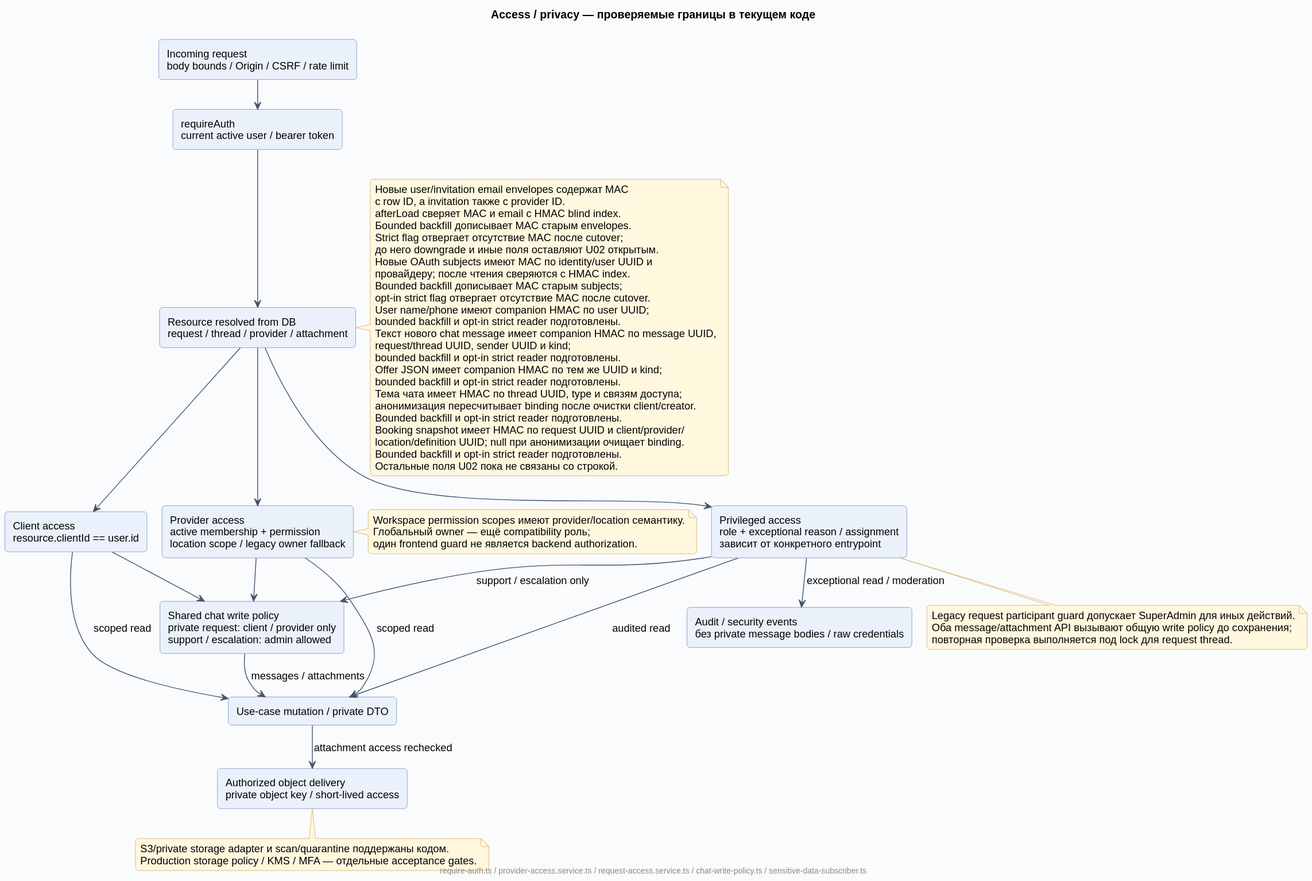
This is docs/diagrams/rendered/09-access-privacy.svg from Dima163163/auto-care-hub, a PlantUML export, as it was before one commit.
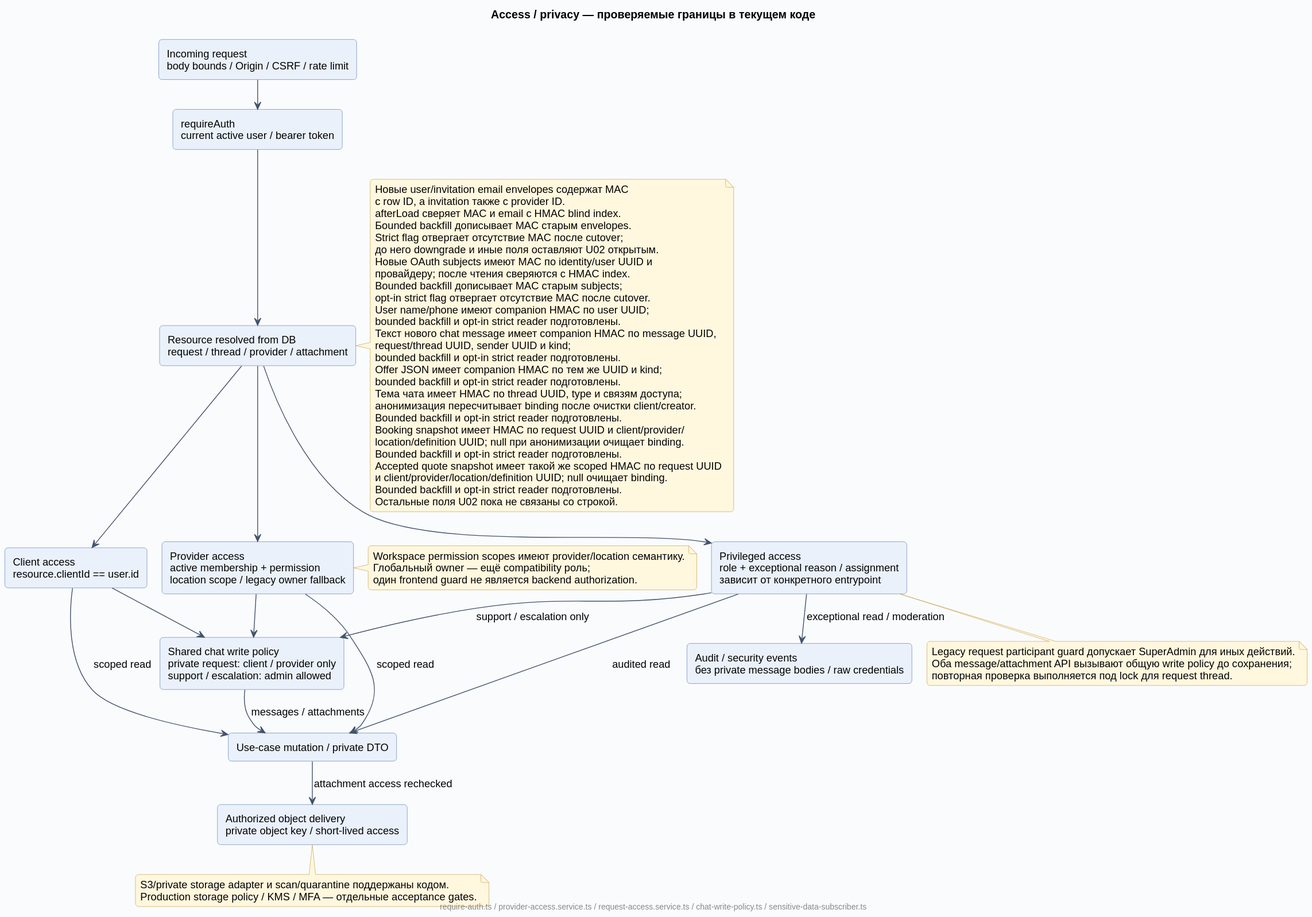
After the change.

What changed in the source:
```diff
@@ -55,6 +55,9 @@
   Booking snapshot имеет HMAC по request UUID и client/provider/
   location/definition UUID; null при анонимизации очищает binding.
   Bounded backfill и opt-in strict reader подготовлены.
+  Accepted quote snapshot имеет такой же scoped HMAC по request UUID
+  и client/provider/location/definition UUID; null очищает binding.
+  Bounded backfill и opt-in strict reader подготовлены.
   Остальные поля U02 пока не связаны со строкой.
 end note
 note bottom of Admin
```
